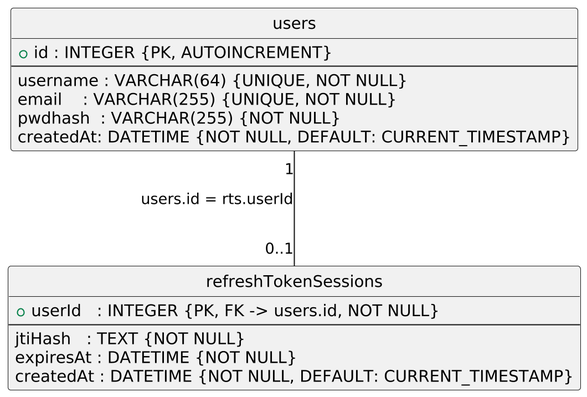
Above: docs/ER/backend_er.png in EinfachNiklas/CrowdMap (PlantUML), before the change. Its diagram source:
```plantuml
@startuml
skinparam linetype ortho
skinparam dpi 200
skinparam Ranksep 100
skinparam Nodesep 40
hide circle

entity "users" as users {
  + id : INTEGER {PK, AUTOINCREMENT}
  --
  username : VARCHAR(64) {UNIQUE, NOT NULL}
  email    : VARCHAR(255) {UNIQUE, NOT NULL}
  pwdhash  : VARCHAR(255) {NOT NULL}
  createdAt: DATETIME {NOT NULL, DEFAULT: CURRENT_TIMESTAMP}
}

entity "refreshTokenSessions" as rts {
  + userId   : INTEGER {PK, FK -> users.id, NOT NULL}
  --
  jtiHash   : TEXT {NOT NULL}
  expiresAt : DATETIME {NOT NULL}
  createdAt : DATETIME {NOT NULL, DEFAULT: CURRENT_TIMESTAMP}
}


users "1" -- "0..1" rts: "users.id = rts.userId"
@enduml
```
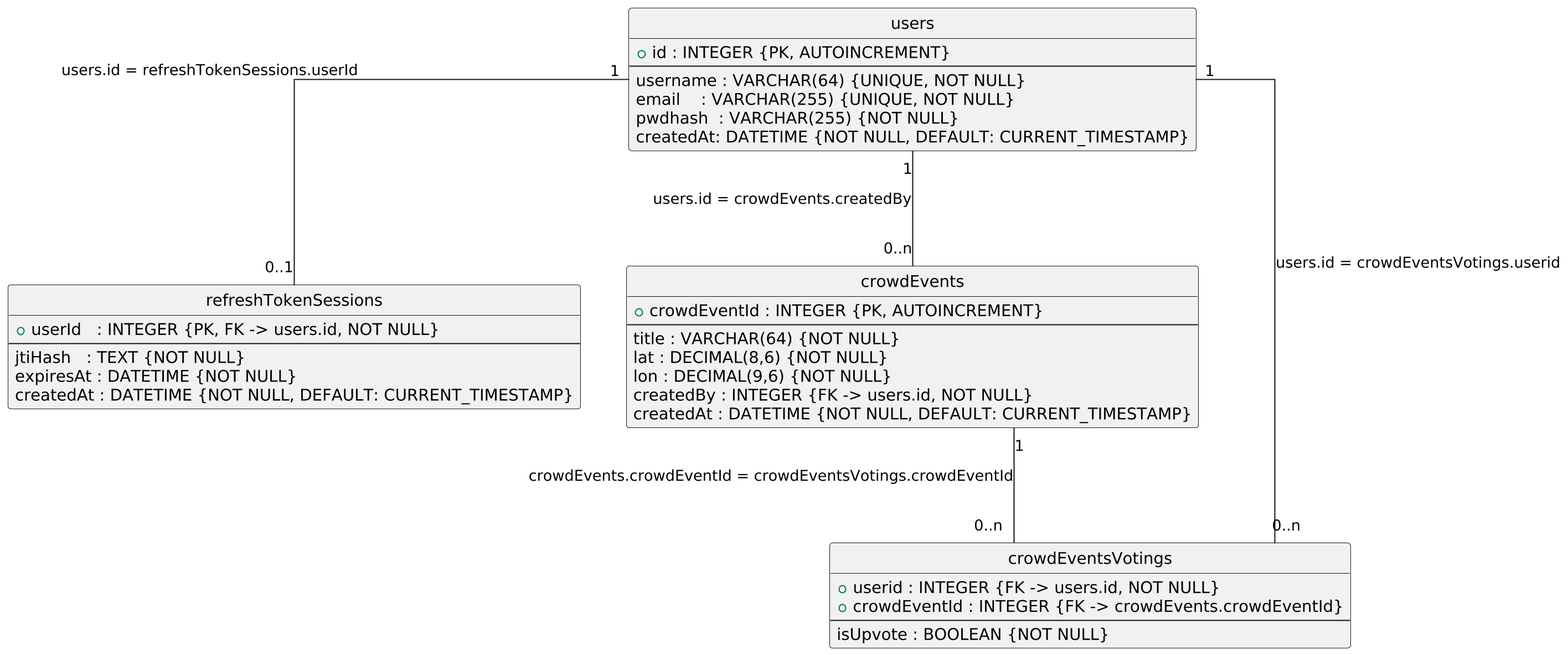
Later version of the same file.

What changed in the source:
```diff
@@ -15,13 +15,33 @@
 }
 
 entity "refreshTokenSessions" as rts {
-  + userId   : INTEGER {PK, FK -> users.id, NOT NULL}
-  --
-  jtiHash   : TEXT {NOT NULL}
-  expiresAt : DATETIME {NOT NULL}
-  createdAt : DATETIME {NOT NULL, DEFAULT: CURRENT_TIMESTAMP}
++ userId   : INTEGER {PK, FK -> users.id, NOT NULL}
+--
+jtiHash   : TEXT {NOT NULL}
+expiresAt : DATETIME {NOT NULL}
+createdAt : DATETIME {NOT NULL, DEFAULT: CURRENT_TIMESTAMP}
 }
 
+entity "crowdEvents" as crowdEvents {
++ crowdEventId : INTEGER {PK, AUTOINCREMENT}
+--
+title : VARCHAR(64) {NOT NULL}
+lat : DECIMAL(8,6) {NOT NULL}
+lon : DECIMAL(9,6) {NOT NULL}
+createdBy : INTEGER {FK -> users.id, NOT NULL}
+createdAt : DATETIME {NOT NULL, DEFAULT: CURRENT_TIMESTAMP}
+}
 
-users "1" -- "0..1" rts: "users.id = rts.userId"
+entity "crowdEventsVotings" as cev {
++ userid : INTEGER {FK -> users.id, NOT NULL}
++ crowdEventId : INTEGER {FK -> crowdEvents.crowdEventId}
+--
+isUpvote : BOOLEAN {NOT NULL}
+}
+
+users "1" -- "0..1" rts: "users.id = refreshTokenSessions.userId"
+users "1" -- "0..n" crowdEvents: "users.id = crowdEvents.createdBy"
+
+users "1" -- "0..n" cev: "users.id = crowdEventsVotings.userid"
+crowdEvents "1" -- "0..n" cev: "crowdEvents.crowdEventId = crowdEventsVotings.crowdEventId"
 @enduml
```
